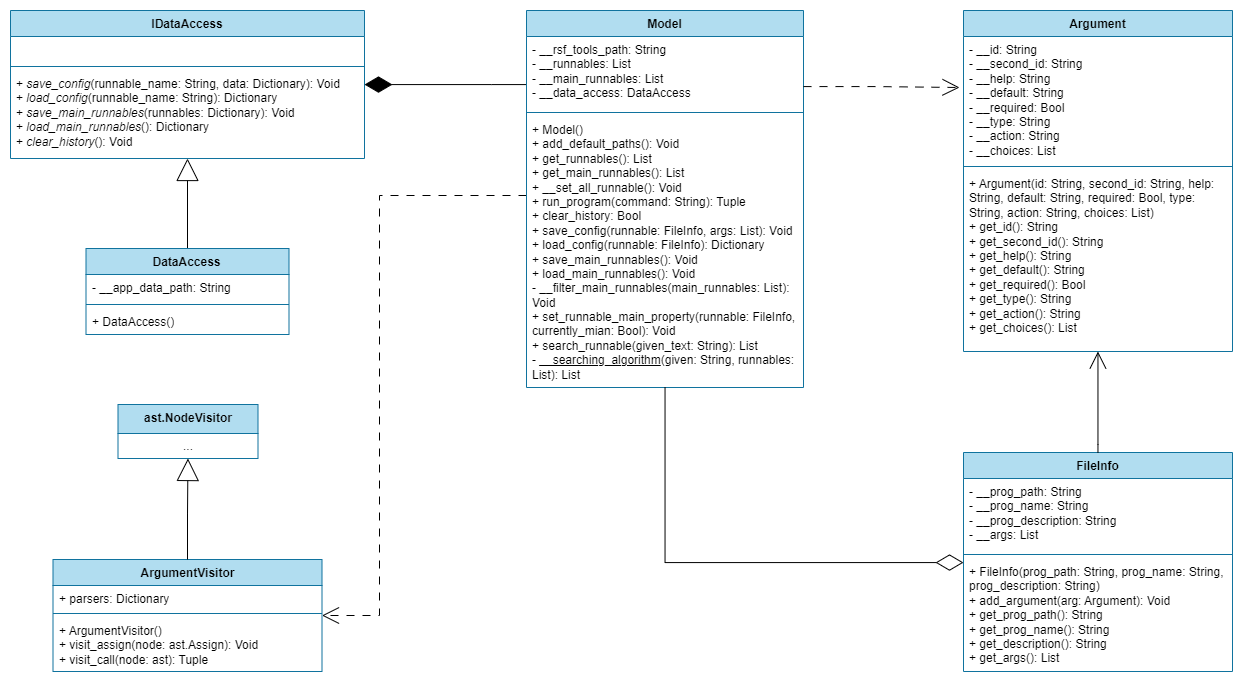
The draw.io diagram documentation/img/class_diagram_model_persistence.drawio.png in CsullogBeni/szofttech, before a commit. Source tidied: cells renumbered, new cells last; positions are measured from the earlier drawing's top-left corner, leaving out a move shared by most shapes.
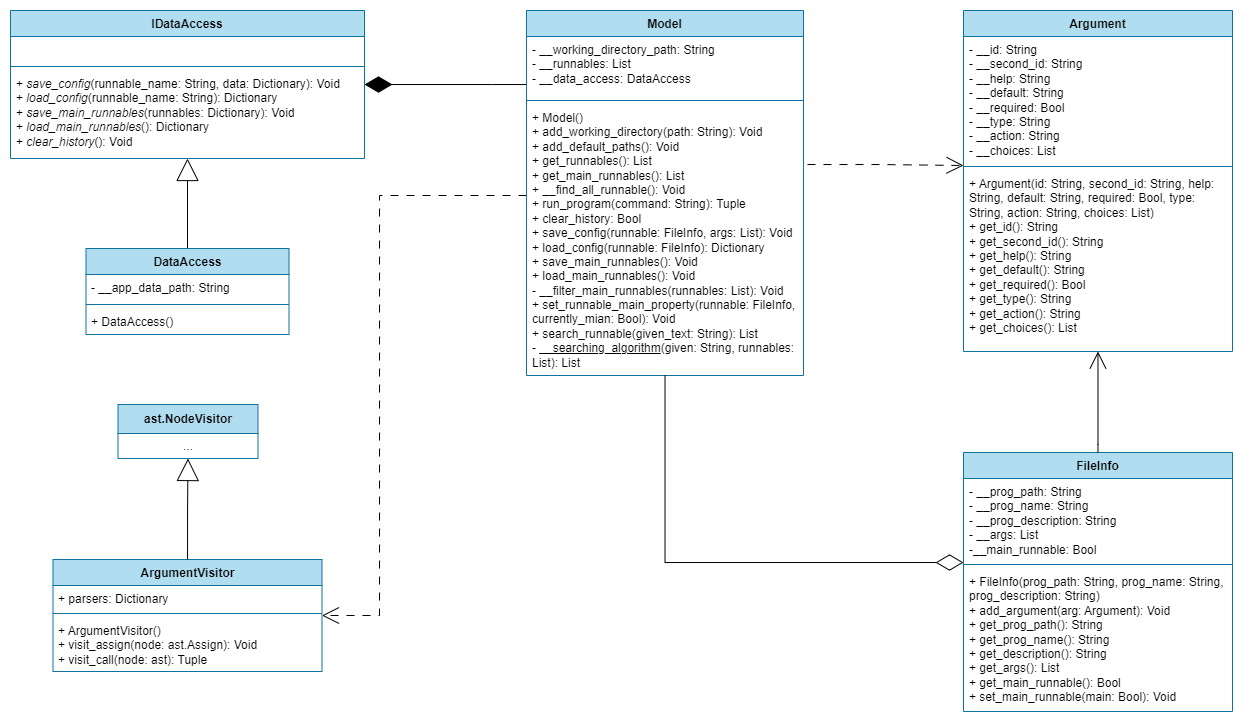
Later version of the same file.

The edit, as a diff of the source:
```diff
@@ -42,16 +42,16 @@
       <mxGeometry y="160" width="269" height="181" as="geometry" />
     </mxCell>
     <mxCell id="15" value="FileInfo" style="swimlane;fontStyle=1;align=center;verticalAlign=top;horizontal=1;startSize=26;whiteSpace=wrap;html=1;fillColor=#b1ddf0;strokeColor=#10739e;" parent="1" vertex="1">
-      <mxGeometry x="953" y="442" width="269" height="219" as="geometry" />
+      <mxGeometry x="953" y="442" width="269" height="259" as="geometry" />
     </mxCell>
-    <mxCell id="16" value="- __prog_path: String&lt;div&gt;- __prog_name: String&lt;/div&gt;&lt;div&gt;- __prog_description: String&lt;/div&gt;&lt;div&gt;- __args: List&lt;/div&gt;" style="text;strokeColor=none;fillColor=none;align=left;verticalAlign=top;spacingLeft=4;spacingRight=4;overflow=hidden;whiteSpace=wrap;html=1;" parent="15" vertex="1">
-      <mxGeometry y="26" width="269" height="72" as="geometry" />
+    <mxCell id="16" value="- __prog_path: String&lt;div&gt;- __prog_name: String&lt;/div&gt;&lt;div&gt;- __prog_description: String&lt;/div&gt;&lt;div&gt;- __args: List&lt;/div&gt;&lt;div&gt;-__main_runnable: Bool&lt;/div&gt;" style="text;strokeColor=none;fillColor=none;align=left;verticalAlign=top;spacingLeft=4;spacingRight=4;overflow=hidden;whiteSpace=wrap;html=1;" parent="15" vertex="1">
+      <mxGeometry y="26" width="269" height="82" as="geometry" />
     </mxCell>
     <mxCell id="17" style="line;strokeWidth=1;fillColor=none;align=left;verticalAlign=middle;spacingTop=-1;spacingLeft=3;spacingRight=3;labelPosition=right;strokeColor=inherit;" parent="15" vertex="1">
-      <mxGeometry y="98" width="269" height="8" as="geometry" />
+      <mxGeometry y="108" width="269" height="8" as="geometry" />
     </mxCell>
-    <mxCell id="18" value="+ FileInfo(prog_path: String, prog_name: String, prog_description: String)&lt;div&gt;+ add_argument(arg: Argument): Void&lt;/div&gt;&lt;div&gt;&lt;span style=&quot;background-color: initial;&quot;&gt;+ get_prog_path(): String&lt;/span&gt;&lt;div&gt;&lt;div&gt;&lt;span style=&quot;background-color: initial;&quot;&gt;+ get_prog_name&lt;/span&gt;&lt;span style=&quot;background-color: initial;&quot;&gt;()&lt;/span&gt;&lt;span style=&quot;background-color: initial;&quot;&gt;: String&lt;/span&gt;&lt;/div&gt;&lt;div&gt;&lt;span style=&quot;background-color: initial;&quot;&gt;+ get_description&lt;/span&gt;&lt;span style=&quot;background-color: initial;&quot;&gt;()&lt;/span&gt;&lt;span style=&quot;background-color: initial;&quot;&gt;: String&lt;/span&gt;&lt;/div&gt;&lt;div&gt;&lt;span style=&quot;background-color: initial;&quot;&gt;+ get_args&lt;/span&gt;&lt;span style=&quot;background-color: initial;&quot;&gt;()&lt;/span&gt;&lt;span style=&quot;background-color: initial;&quot;&gt;: List&lt;/span&gt;&lt;/div&gt;&lt;/div&gt;&lt;/div&gt;" style="text;strokeColor=none;fillColor=none;align=left;verticalAlign=top;spacingLeft=4;spacingRight=4;overflow=hidden;whiteSpace=wrap;html=1;" parent="15" vertex="1">
-      <mxGeometry y="106" width="269" height="113" as="geometry" />
+    <mxCell id="18" value="+ FileInfo(prog_path: String, prog_name: String, prog_description: String)&lt;div&gt;+ add_argument(arg: Argument): Void&lt;/div&gt;&lt;div&gt;&lt;span style=&quot;background-color: initial;&quot;&gt;+ get_prog_path(): String&lt;/span&gt;&lt;div&gt;&lt;div&gt;&lt;span style=&quot;background-color: initial;&quot;&gt;+ get_prog_name&lt;/span&gt;&lt;span style=&quot;background-color: initial;&quot;&gt;()&lt;/span&gt;&lt;span style=&quot;background-color: initial;&quot;&gt;: String&lt;/span&gt;&lt;/div&gt;&lt;div&gt;&lt;span style=&quot;background-color: initial;&quot;&gt;+ get_description&lt;/span&gt;&lt;span style=&quot;background-color: initial;&quot;&gt;()&lt;/span&gt;&lt;span style=&quot;background-color: initial;&quot;&gt;: String&lt;/span&gt;&lt;/div&gt;&lt;div&gt;&lt;span style=&quot;background-color: initial;&quot;&gt;+ get_args&lt;/span&gt;&lt;span style=&quot;background-color: initial;&quot;&gt;()&lt;/span&gt;&lt;span style=&quot;background-color: initial;&quot;&gt;: List&lt;/span&gt;&lt;/div&gt;&lt;/div&gt;&lt;/div&gt;&lt;div&gt;&lt;span style=&quot;background-color: initial;&quot;&gt;+ get_main_runnable(): Bool&lt;/span&gt;&lt;/div&gt;&lt;div&gt;&lt;span style=&quot;background-color: initial;&quot;&gt;+ set_main_runnable(main: Bool): Void&lt;/span&gt;&lt;/div&gt;" style="text;strokeColor=none;fillColor=none;align=left;verticalAlign=top;spacingLeft=4;spacingRight=4;overflow=hidden;whiteSpace=wrap;html=1;" parent="15" vertex="1">
+      <mxGeometry y="116" width="269" height="143" as="geometry" />
     </mxCell>
     <mxCell id="19" value="ArgumentVisitor" style="swimlane;fontStyle=1;align=center;verticalAlign=top;horizontal=1;startSize=26;whiteSpace=wrap;html=1;fillColor=#b1ddf0;strokeColor=#10739e;" parent="1" vertex="1">
       <mxGeometry x="42.5" y="549" width="269" height="112" as="geometry" />
@@ -88,29 +88,20 @@
       </mxGeometry>
     </mxCell>
     <mxCell id="27" value="Model" style="swimlane;fontStyle=1;align=center;verticalAlign=top;horizontal=1;startSize=26;whiteSpace=wrap;html=1;fillColor=#b1ddf0;strokeColor=#10739e;" parent="1" vertex="1">
-      <mxGeometry x="516" width="277" height="377" as="geometry" />
+      <mxGeometry x="516" width="277" height="365" as="geometry" />
     </mxCell>
-    <mxCell id="28" value="- __rsf_tools_path: String&lt;div&gt;- __runnables: List&lt;/div&gt;&lt;div&gt;- __main_runnables: List&lt;/div&gt;&lt;div&gt;- __data_access: DataAccess&lt;/div&gt;" style="text;strokeColor=none;fillColor=none;align=left;verticalAlign=top;spacingLeft=4;spacingRight=4;overflow=hidden;whiteSpace=wrap;html=1;" parent="27" vertex="1">
-      <mxGeometry y="26" width="277" height="72" as="geometry" />
+    <mxCell id="28" value="- __working_directory_path: String&lt;div&gt;- __runnables: List&lt;/div&gt;&lt;div&gt;- __data_access: DataAccess&lt;/div&gt;" style="text;strokeColor=none;fillColor=none;align=left;verticalAlign=top;spacingLeft=4;spacingRight=4;overflow=hidden;whiteSpace=wrap;html=1;" parent="27" vertex="1">
+      <mxGeometry y="26" width="277" height="60" as="geometry" />
     </mxCell>
     <mxCell id="29" style="line;strokeWidth=1;fillColor=none;align=left;verticalAlign=middle;spacingTop=-1;spacingLeft=3;spacingRight=3;labelPosition=right;strokeColor=inherit;" parent="27" vertex="1">
-      <mxGeometry y="98" width="277" height="8" as="geometry" />
+      <mxGeometry y="86" width="277" height="8" as="geometry" />
     </mxCell>
-    <mxCell id="30" value="+ Model()&lt;div&gt;+ add_default_paths(): Void&lt;/div&gt;&lt;div&gt;+ get_runnables(): List&lt;/div&gt;&lt;div&gt;+ get_main_runnables(): List&lt;br&gt;+ __set_all_runnable(): Void&lt;/div&gt;&lt;div&gt;+ run_program(command: String): Tuple&lt;/div&gt;&lt;div&gt;+ clear_history: Bool&lt;/div&gt;&lt;div&gt;+ save_config(runnable: FileInfo, args: List): Void&lt;/div&gt;&lt;div&gt;+ load_config(runnable: FileInfo): Dictionary&lt;br&gt;&lt;/div&gt;&lt;div&gt;+ save_main_runnables(): Void&lt;/div&gt;&lt;div&gt;+ load_main_runnables(): Void&lt;/div&gt;&lt;div&gt;- __filter_main_runnables(main_runnables: List): Void&lt;/div&gt;&lt;div&gt;+ set_runnable_main_property(runnable: FileInfo, currently_mian: Bool): Void&lt;/div&gt;&lt;div&gt;+ search_runnable(given_text: String): List&lt;/div&gt;&lt;div&gt;- &lt;u&gt;__searching_algorithm&lt;/u&gt;(given: String, runnables: List): List&lt;/div&gt;" style="text;strokeColor=none;fillColor=none;align=left;verticalAlign=top;spacingLeft=4;spacingRight=4;overflow=hidden;whiteSpace=wrap;html=1;" parent="27" vertex="1">
-      <mxGeometry y="106" width="277" height="271" as="geometry" />
+    <mxCell id="30" value="+ Model()&lt;div&gt;+ add_working_directory(path: String): Void&lt;br&gt;&lt;div&gt;+ add_default_paths(): Void&lt;/div&gt;&lt;div&gt;+ get_runnables(): List&lt;/div&gt;&lt;div&gt;+ get_main_runnables(): List&lt;br&gt;+ __find_all_runnable(): Void&lt;/div&gt;&lt;div&gt;+ run_program(command: String): Tuple&lt;/div&gt;&lt;div&gt;+ clear_history: Bool&lt;/div&gt;&lt;div&gt;+ save_config(runnable: FileInfo, args: List): Void&lt;/div&gt;&lt;div&gt;+ load_config(runnable: FileInfo): Dictionary&lt;br&gt;&lt;/div&gt;&lt;div&gt;+ save_main_runnables(): Void&lt;/div&gt;&lt;div&gt;+ load_main_runnables(): Void&lt;/div&gt;&lt;div&gt;- __filter_main_runnables(runnables: List): Void&lt;/div&gt;&lt;div&gt;+ set_runnable_main_property(runnable: FileInfo, currently_mian: Bool): Void&lt;/div&gt;&lt;div&gt;+ search_runnable(given_text: String): List&lt;/div&gt;&lt;div&gt;- &lt;u&gt;__searching_algorithm&lt;/u&gt;(given: String, runnables: List): List&lt;/div&gt;&lt;/div&gt;" style="text;strokeColor=none;fillColor=none;align=left;verticalAlign=top;spacingLeft=4;spacingRight=4;overflow=hidden;whiteSpace=wrap;html=1;" parent="27" vertex="1">
+      <mxGeometry y="94" width="277" height="271" as="geometry" />
     </mxCell>
     <mxCell id="31" style="edgeStyle=orthogonalEdgeStyle;rounded=0;jettySize=auto;html=1;endArrow=block;endFill=0;endSize=20;strokeColor=default;" parent="1" edge="1" source="19" target="23">
       <mxGeometry relative="1" as="geometry" />
     </mxCell>
-    <mxCell id="32" style="edgeStyle=orthogonalEdgeStyle;rounded=0;jettySize=auto;html=1;endArrow=open;endFill=0;endSize=15;dashed=1;dashPattern=8 8;" parent="1" edge="1" source="27">
-      <mxGeometry relative="1" as="geometry">
-        <mxPoint x="949" y="76" as="targetPoint" />
-        <Array as="points">
-          <mxPoint x="866" y="76" />
-          <mxPoint x="949" y="77" />
-        </Array>
-      </mxGeometry>
-    </mxCell>
     <mxCell id="33" style="edgeStyle=orthogonalEdgeStyle;rounded=0;jettySize=auto;html=1;endArrow=open;endFill=0;endSize=15;" parent="1" edge="1" source="15" target="11">
       <mxGeometry relative="1" as="geometry">
         <Array as="points">
@@ -126,5 +117,15 @@
         </Array>
       </mxGeometry>
     </mxCell>
+    <mxCell id="35" style="edgeStyle=orthogonalEdgeStyle;rounded=0;orthogonalLoop=1;jettySize=auto;html=1;endArrow=open;endFill=0;endSize=15;dashed=1;dashPattern=8 8;" parent="1" edge="1">
+      <mxGeometry relative="1" as="geometry">
+        <mxPoint x="797" y="154" as="sourcePoint" />
+        <mxPoint x="953" y="154" as="targetPoint" />
+        <Array as="points">
+          <mxPoint x="870" y="154" />
+          <mxPoint x="953" y="155" />
+        </Array>
+      </mxGeometry>
+    </mxCell>
   </root>
 </mxGraphModel>
```
